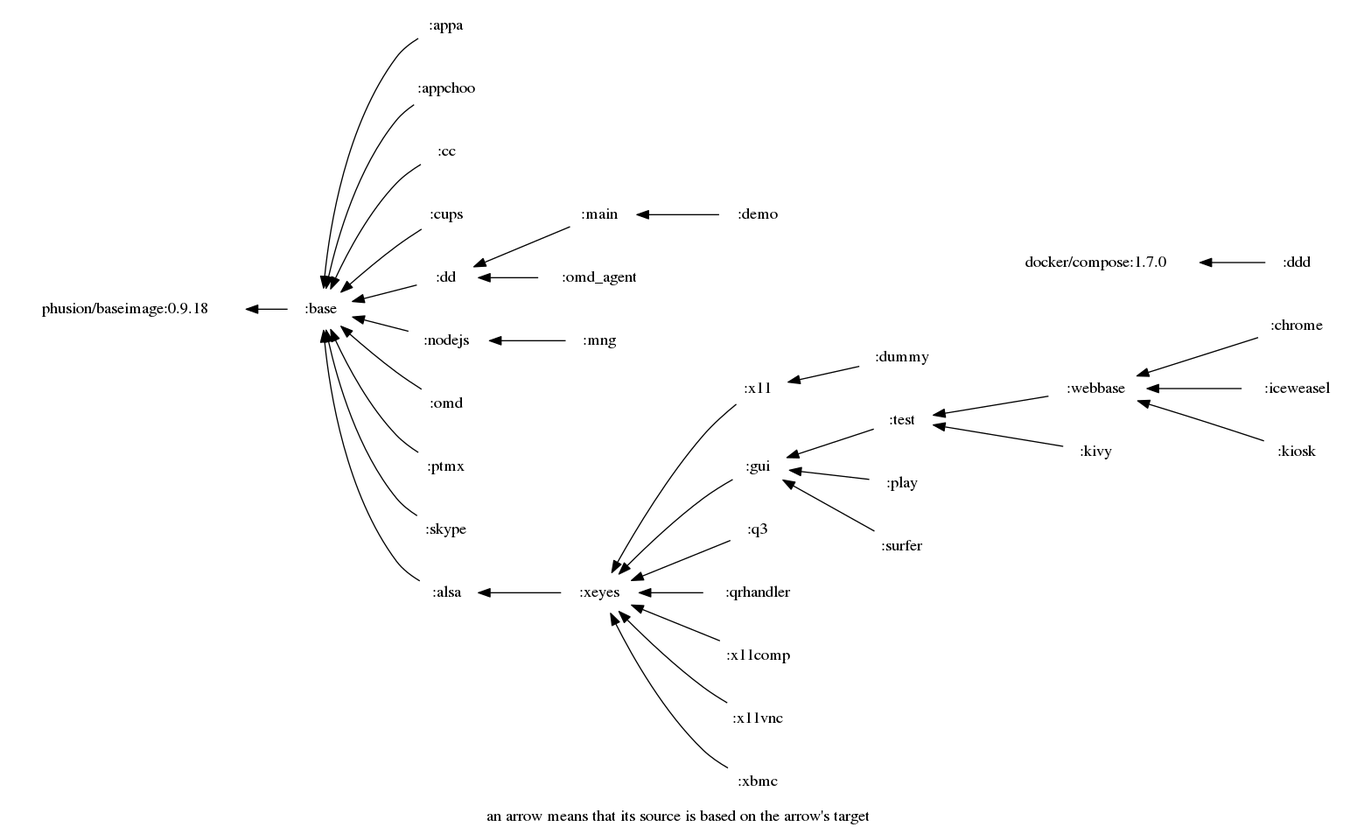
hilbert/hilbert-docker-images keeps this Graphviz diagram as deps.png. Above is the earlier version. Its source is kept beside it as deps.dot.
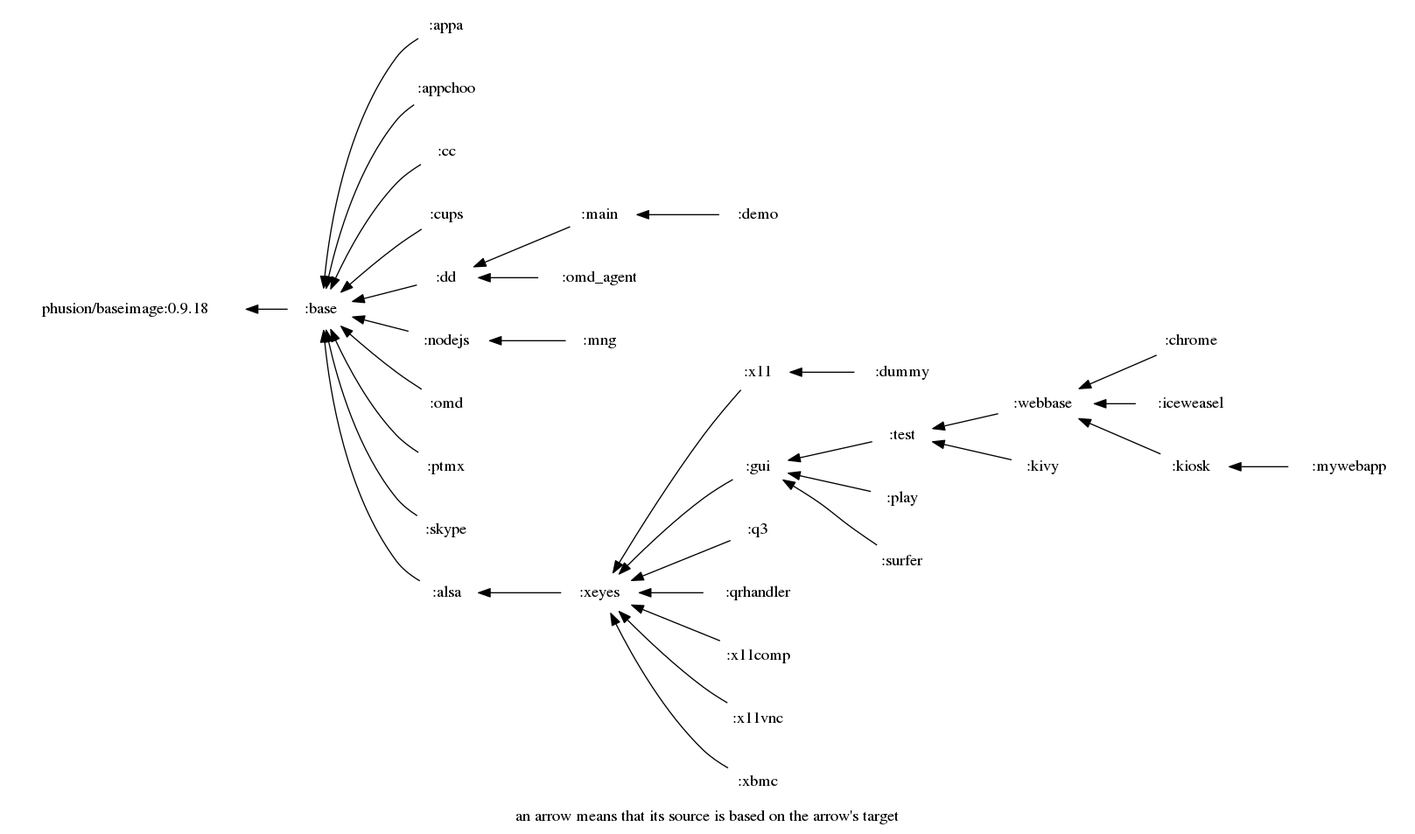
The same file after the commit.

Diff of the diagram source:
```diff
@@ -7,7 +7,6 @@
 ":chrome" -> ":webbase" ;
 ":cups" -> ":base" ;
 ":dd" -> ":base" ;
-":ddd" -> "docker/compose:1.7.0" ;
 ":demo" -> ":main" ;
 ":dummy" -> ":x11" ;
 ":gui" -> ":xeyes" ;
@@ -16,6 +15,7 @@
 ":kivy" -> ":test" ;
 ":main" -> ":dd" ;
 ":mng" -> ":nodejs" ;
+":mywebapp" -> ":kiosk" ;
 ":nodejs" -> ":base" ;
 ":omd" -> ":base" ;
 ":omd_agent" -> ":dd" ;
```
